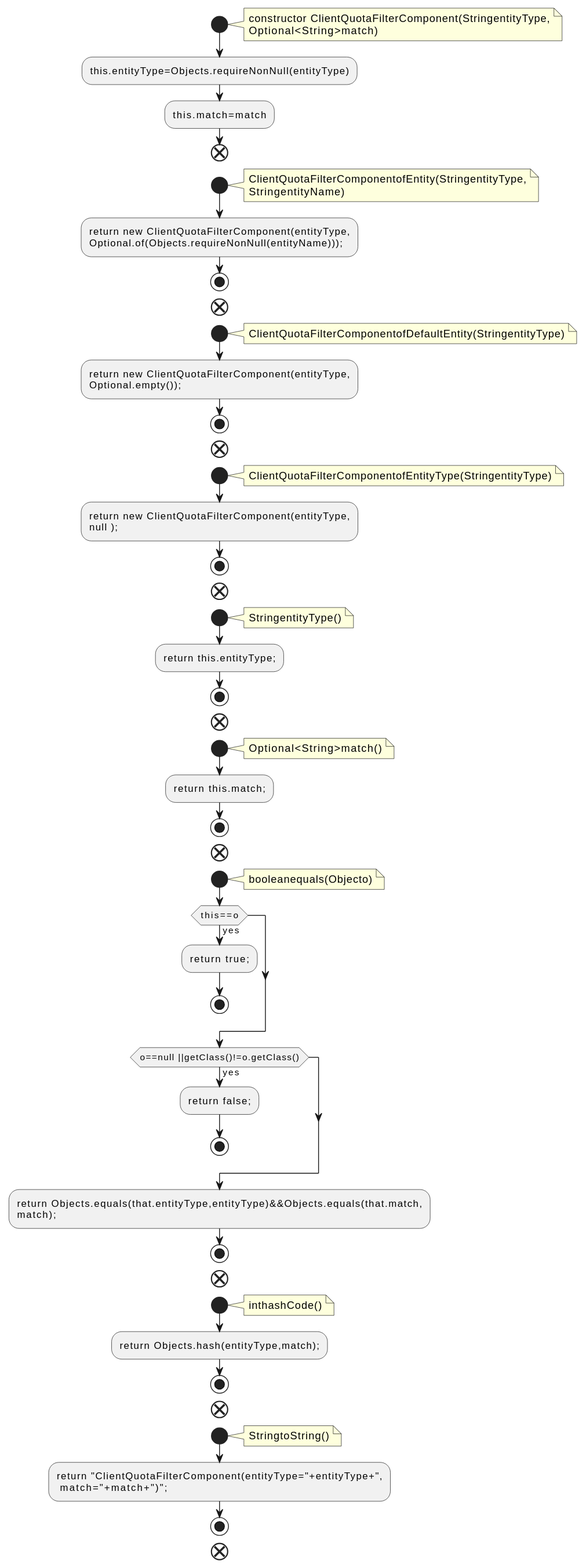
Above: docs/qc/clients/src/main/java/org/apache/kafka/common/quota/ClientQuotaFilterComponent.java.fct.svg in qualitesys/kafka (PlantUML), before the change.
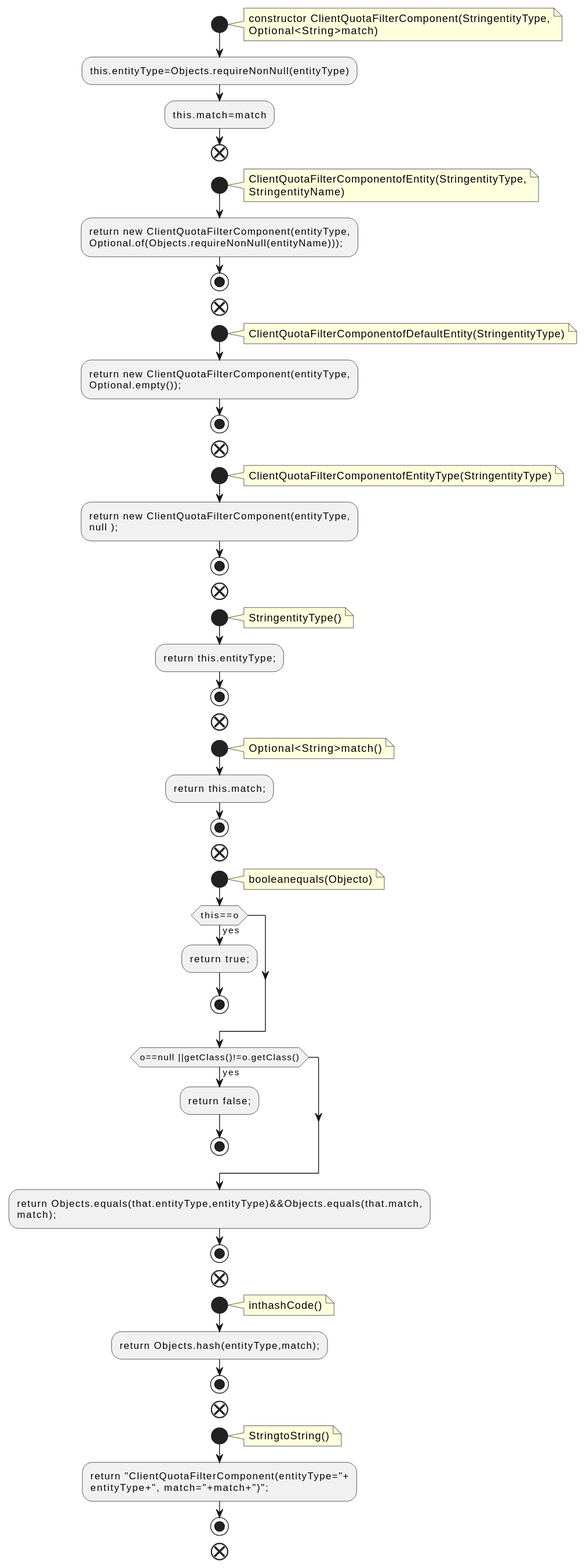
The same diagram one commit later.

Change to the diagram source:
```diff
@@ -74,8 +74,8 @@
 note right
 StringtoString()
 end note
-:return "ClientQuotaFilterComponent(entityType="+entityType+",
- match="+match+")";;
+:return "ClientQuotaFilterComponent(entityType="+
+entityType+", match="+match+")";;
 stop
 end
 @enduml
```
